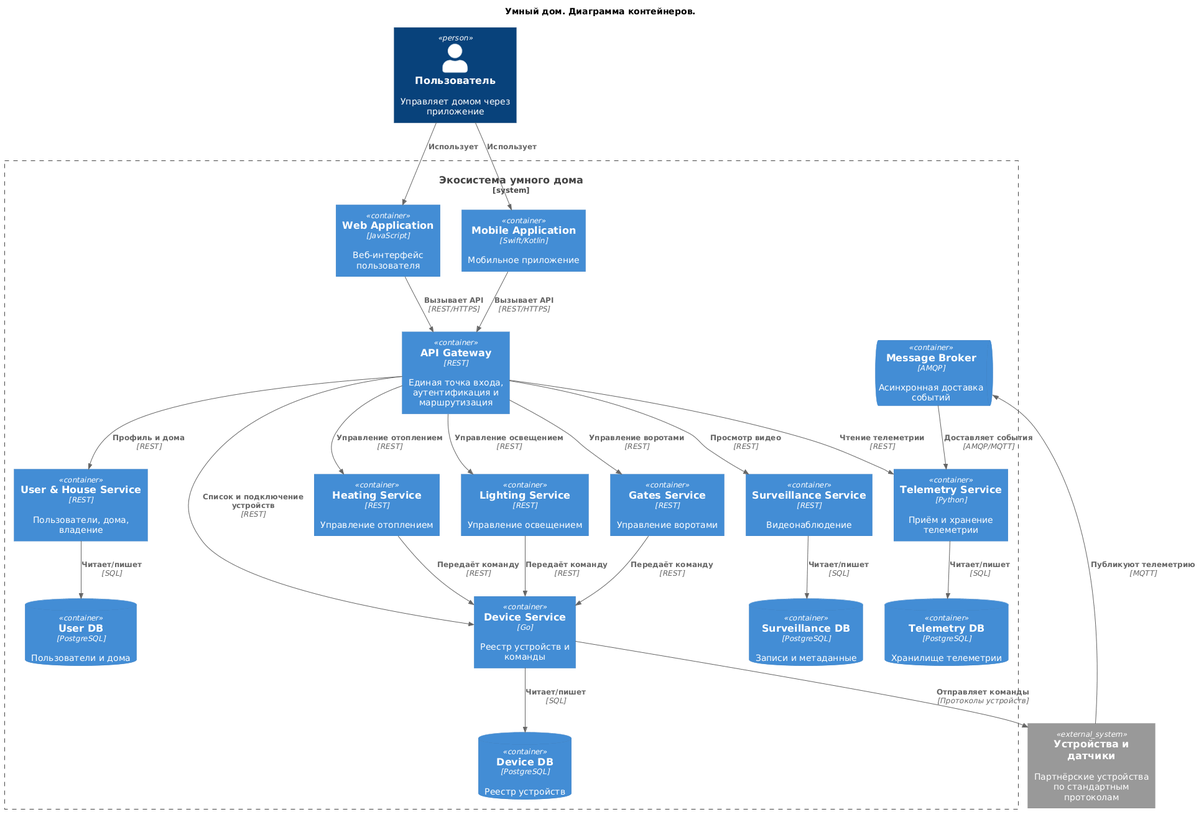
Earlier version of the PlantUML export docs/containers.png (navartis/s1-architecture-pro-warmhouse). Its diagram source:
```plantuml
@startuml
!include https://raw.githubusercontent.com/plantuml-stdlib/C4-PlantUML/v2.14.0/C4_Container.puml

title Умный дом. Диаграмма контейнеров.

Person(user, "Пользователь", "Управляет домом через приложение")

System_Ext(devices, "Устройства и датчики", "Партнёрские устройства по стандартным протоколам")

System_Boundary(ecosystem, "Экосистема умного дома") {
  Container(web_app, "Web Application", "JavaScript", "Веб-интерфейс пользователя")
  Container(mobile_app, "Mobile Application", "Swift/Kotlin", "Мобильное приложение")

  Container(gateway, "API Gateway", "REST", "Единая точка входа, аутентификация и маршрутизация")

  Container(user_house, "User & House Service", "REST", "Пользователи, дома, владение")
  Container(device, "Device Service", "Go", "Реестр устройств и команды")
  Container(heating, "Heating Service", "REST", "Управление отоплением")
  Container(lighting, "Lighting Service", "REST", "Управление освещением")
  Container(gates, "Gates Service", "REST", "Управление воротами")
  Container(surveillance, "Surveillance Service", "REST", "Видеонаблюдение")
  Container(telemetry, "Telemetry Service", "Python", "Приём и хранение телеметрии")

  ContainerQueue(broker, "Message Broker", "AMQP", "Асинхронная доставка событий")

  ContainerDb(db_user, "User DB", "PostgreSQL", "Пользователи и дома")
  ContainerDb(db_device, "Device DB", "PostgreSQL", "Реестр устройств")
  ContainerDb(db_surveillance, "Surveillance DB", "PostgreSQL", "Записи и метаданные")
  ContainerDb(db_telemetry, "Telemetry DB", "PostgreSQL", "Хранилище телеметрии")
}

Rel(user, web_app, "Использует")
Rel(user, mobile_app, "Использует")
Rel(web_app, gateway, "Вызывает API", "REST/HTTPS")
Rel(mobile_app, gateway, "Вызывает API", "REST/HTTPS")

Rel(gateway, user_house, "Профиль и дома", "REST")
Rel(gateway, device, "Список и подключение устройств", "REST")
Rel(gateway, heating, "Управление отоплением", "REST")
Rel(gateway, lighting, "Управление освещением", "REST")
Rel(gateway, gates, "Управление воротами", "REST")
Rel(gateway, surveillance, "Просмотр видео", "REST")
Rel(gateway, telemetry, "Чтение телеметрии", "REST")

Rel(devices, broker, "Публикуют телеметрию", "MQTT")
Rel(broker, telemetry, "Доставляет события", "AMQP/MQTT")

Rel(heating, device, "Передаёт команду", "REST")
Rel(lighting, device, "Передаёт команду", "REST")
Rel(gates, device, "Передаёт команду", "REST")
Rel(device, devices, "Отправляет команды", "Протоколы устройств")

Rel(user_house, db_user, "Читает/пишет", "SQL")
Rel(device, db_device, "Читает/пишет", "SQL")
Rel(surveillance, db_surveillance, "Читает/пишет", "SQL")
Rel(telemetry, db_telemetry, "Читает/пишет", "SQL")

@enduml
```
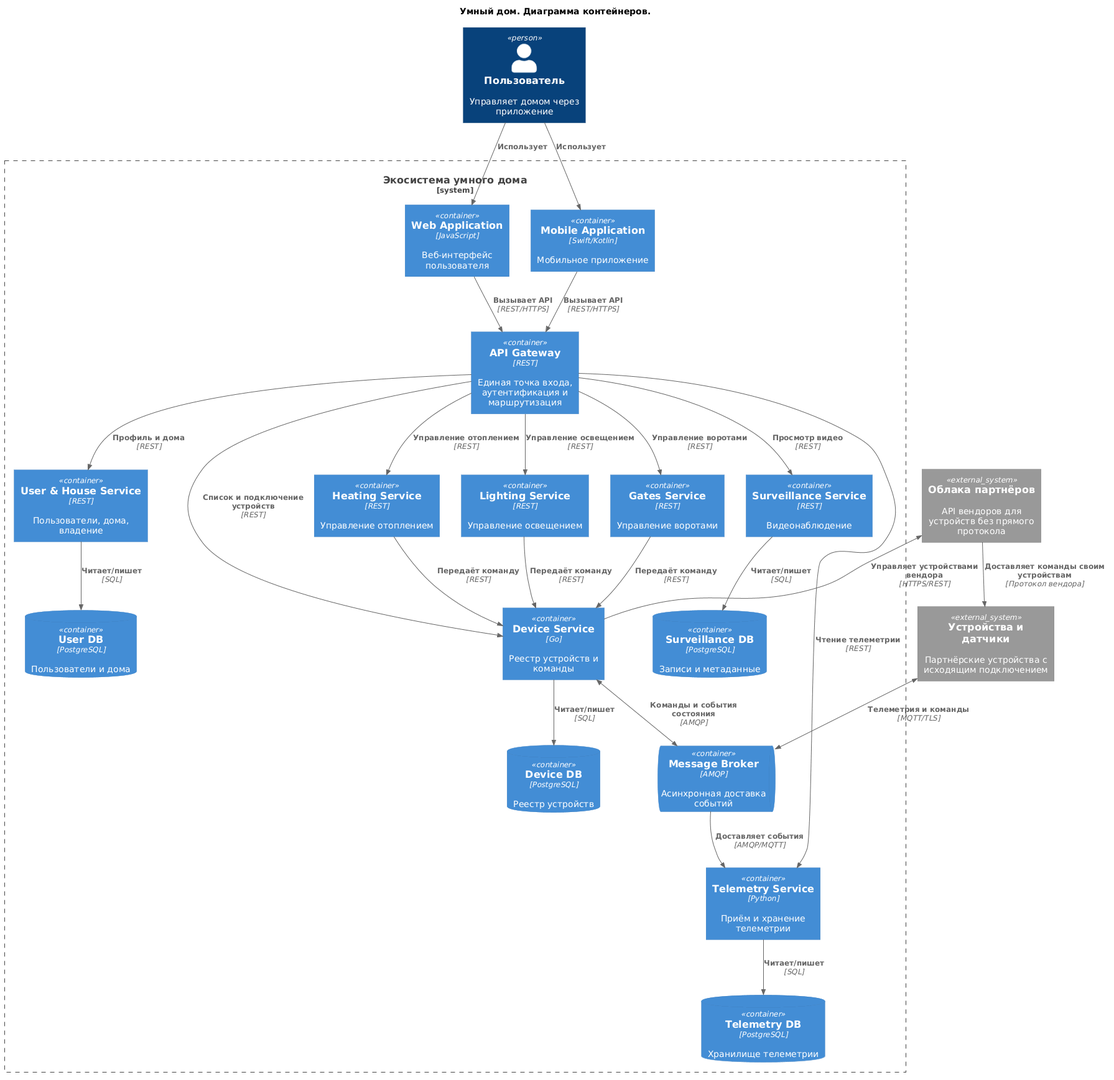
After the commit.

Commit message:
Improve task 2 diagrams

What changed in the source:
```diff
@@ -5,7 +5,8 @@
 
 Person(user, "Пользователь", "Управляет домом через приложение")
 
-System_Ext(devices, "Устройства и датчики", "Партнёрские устройства по стандартным протоколам")
+System_Ext(devices, "Устройства и датчики", "Партнёрские устройства с исходящим подключением")
+System_Ext(partner_cloud, "Облака партнёров", "API вендоров для устройств без прямого протокола")
 
 System_Boundary(ecosystem, "Экосистема умного дома") {
   Container(web_app, "Web Application", "JavaScript", "Веб-интерфейс пользователя")
@@ -42,13 +43,16 @@
 Rel(gateway, surveillance, "Просмотр видео", "REST")
 Rel(gateway, telemetry, "Чтение телеметрии", "REST")
 
-Rel(devices, broker, "Публикуют телеметрию", "MQTT")
+BiRel(devices, broker, "Телеметрия и команды", "MQTT/TLS")
 Rel(broker, telemetry, "Доставляет события", "AMQP/MQTT")
 
 Rel(heating, device, "Передаёт команду", "REST")
 Rel(lighting, device, "Передаёт команду", "REST")
 Rel(gates, device, "Передаёт команду", "REST")
-Rel(device, devices, "Отправляет команды", "Протоколы устройств")
+
+BiRel(device, broker, "Команды и события состояния", "AMQP")
+Rel(device, partner_cloud, "Управляет устройствами вендора", "HTTPS/REST")
+Rel(partner_cloud, devices, "Доставляет команды своим устройствам", "Протокол вендора")
 
 Rel(user_house, db_user, "Читает/пишет", "SQL")
 Rel(device, db_device, "Читает/пишет", "SQL")
```
